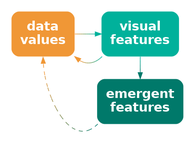
Earlier version of the Graphviz export Diagrams/data-vis-vis-decode.png (pmur002/hdvw). Its source is kept beside it as Diagrams/data-vis-vis-decode.dot.
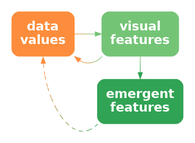
The same file after the commit.

The edit, as a diff of the source:
```diff
@@ -1,14 +1,14 @@
 digraph {
   graph [ rankdir=LR; margin=.2; nodesep=.5 ];
   node [ fontsize=20; fontname="sans bold"; margin=.2 ];
-  data [ label="data\nvalues"; shape=box; style="filled, rounded"; penwidth=0; fontcolor=white; fillcolor="#F09736" ]
+  data [ label="data\nvalues"; shape=box; style="filled, rounded"; penwidth=0; fontcolor=white; fillcolor="#FD8D3C" ]
   vis [ label="visual\nfeatures"; shape=box;
-     style="filled, rounded"; penwidth=0; fontcolor=white; fillcolor="#00B19B" ]
+     style="filled, rounded"; penwidth=0; fontcolor=white; fillcolor="#74C476" ]
   add [ label="emergent\nfeatures"; shape=box;
-     style="filled, rounded"; penwidth=0; fontcolor=white; fillcolor="#00796A" ]
-  data -> vis [ color="#F09736;0.1:#D59A41;0.1:#BB9D4C;0.1:#A0A058;0.1:#85A363;0.1:#6BA56E;0.1:#50A879;0.1:#35AB85;0.1:#1BAE90;0.1:#00B19B;0.1" ]
-  vis -> add [ color="#00B19B;0.1:#00AB96;0.1:#00A590;0.1:#009E8B;0.1:#009885;0.1:#009280;0.1:#008C7A;0.1:#008575;0.1:#007F6F;0.1:#00796A;0.1" ]
-  vis:sw -> data:se [ style="dashed", color="#00B19B;0.1:#1BAE90;0.1:#35AB85;0.1:#50A879;0.1:#6BA56E;0.1:#85A363;0.1:#A0A058;0.1:#BB9D4C;0.1:#D59A41;0.1:#F09736;0.1" ]
-  add:sw -> data:s [ style="dashed", color="#00796A;0.1:#1B7C64;0.1:#35805E;0.1:#508359;0.1:#6B8653;0.1:#858A4D;0.1:#A08D47;0.1:#BB9042;0.1:#D5943C;0.1:#F09736;0.1" ]
+     style="filled, rounded"; penwidth=0; fontcolor=white; fillcolor="#31A354" ]
+  data -> vis [ color="#FD8D3C;0.1:#EE9342;0.1:#DF9949;0.1:#CF9F4F;0.1:#C0A556;0.1:#B1AC5C;0.1:#A2B263;0.1:#92B869;0.1:#83BE70;0.1:#74C476;0.1" ]
+  vis -> add [ color="#74C476;0.1:#6DC072;0.1:#65BD6E;0.1:#5EB96B;0.1:#56B567;0.1:#4FB263;0.1:#47AE5F;0.1:#40AA5C;0.1:#38A758;0.1:#31A354;0.1" ]
+  vis:sw -> data:se [ style="dashed", color="#74C476;0.1:#83BE70;0.1:#92B869;0.1:#A2B263;0.1:#B1AC5C;0.1:#C0A556;0.1:#CF9F4F;0.1:#DF9949;0.1:#EE9342;0.1:#FD8D3C;0.1" ]
+  add:sw -> data:s [ style="dashed", color="#31A354;0.1:#48A151;0.1:#5E9E4F;0.1:#759C4C;0.1:#8C9949;0.1:#A29747;0.1:#B99444;0.1:#D09241;0.1:#E68F3F;0.1:#FD8D3C;0.1" ]
 { rank=same; vis, add }
 }
```
